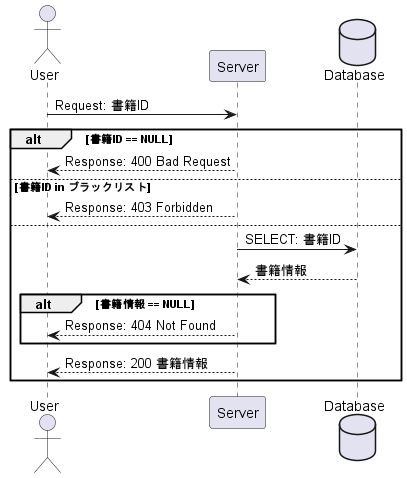
The PlantUML diagram sample/Sample_Sequence.png in CorydorasNomu/plantumldemo, before a commit. The source it was exported from:
```plantuml
@startuml Sample Sequence
actor       User     as user
participant Server   as server
database    Database as db

user -> server: Request: 書籍ID
alt 書籍ID == NULL
  user <-- server: Response: 400 Bad Request
else 書籍ID in ブラックリスト
  user <-- server: Response: 403 Forbidden
else
  server -> db: SELECT: 書籍ID
  server <-- db: 書籍情報
  alt 書籍情報 == NULL
    user <-- server: Response: 404 Not Found
  end
  user <-- server: Response: 200 書籍情報
end
@enduml
```
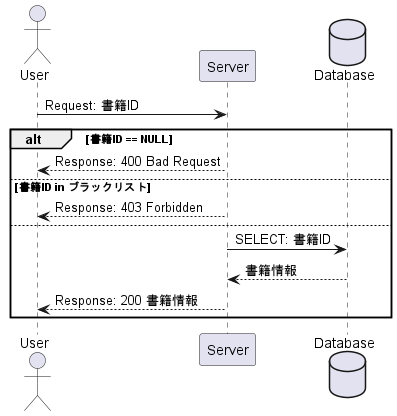
After the change.

Commit message:
Update sample sequence

Diff of the diagram source:
```diff
@@ -11,9 +11,6 @@
 else
   server -> db: SELECT: 書籍ID
   server <-- db: 書籍情報
-  alt 書籍情報 == NULL
-    user <-- server: Response: 404 Not Found
-  end
   user <-- server: Response: 200 書籍情報
 end
 @enduml
```
